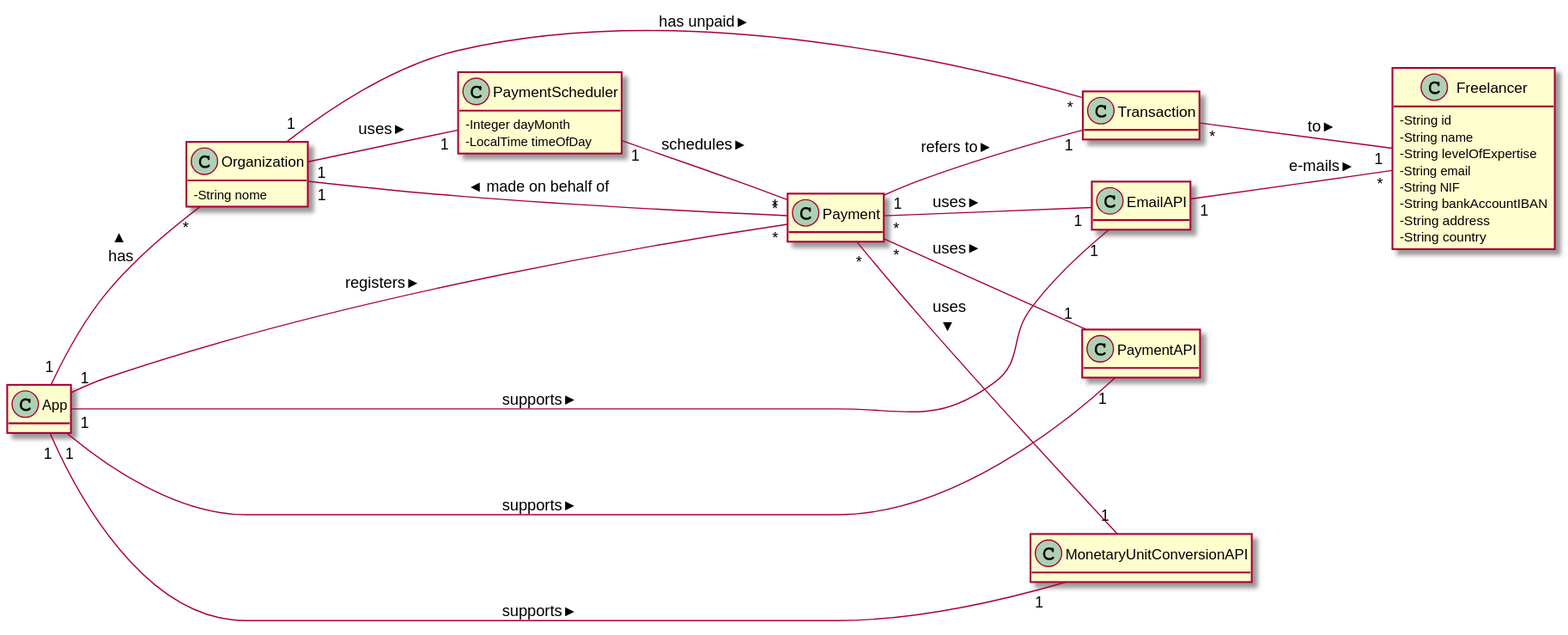
The PlantUML diagram docs/UC_03/MD.svg in botelho-io/lapr2-2020-g029, before a commit. Its diagram source:
```plantuml
@startuml MD

skinparam classAttributeIconSize 0
hide methods
left to right direction

class Transaction {

}

class PaymentScheduler {
        - Integer dayMonth
        - LocalTime timeOfDay
}

class Organization {
        - String nome
}

class App {

}

class Freelancer {
        - String id
        - String name
        - String levelOfExpertise
        - String email
        - String NIF
        - String bankAccountIBAN
        - String address
        - String country
}

Payment                      "1" -- "1"      Transaction               : refers to >
Payment                      "*" -- "1"      EmailAPI                  : uses >
Payment                      "*" -- "1"      PaymentAPI                : uses >
Payment                      "*" -- "1"      MonetaryUnitConversionAPI : uses >
Payment                      "*" -- "1"      Organization              : made on behalf of >
Transaction                  "*" -- "1"      Freelancer                : to >
PaymentScheduler             "1" -- "*"      Payment                   : schedules >
Organization                 "1" -- "1"      PaymentScheduler          : uses >
Organization                 "1" -- "*"      Transaction               : has unpaid >
App                          "1" -- "1"      MonetaryUnitConversionAPI : supports >
App                          "1" -- "*"      Organization              : has >
App                          "1" -- "1"      EmailAPI                  : supports >
App                          "1" -- "1"      PaymentAPI                : supports >
App                          "1" -- "*"      Payment                   : registers >
EmailAPI                     "1" -- "*"      Freelancer                : e-mails >

@enduml
```
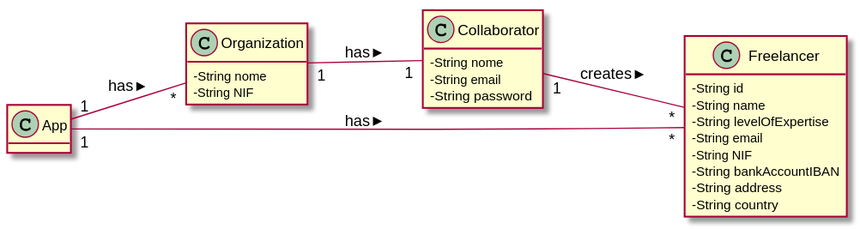
The same file after the commit.

The edit, as a diff of the source:
```diff
@@ -4,21 +4,19 @@
 hide methods
 left to right direction
 
-class Transaction {
+class App {
 
-}
-
-class PaymentScheduler {
-        - Integer dayMonth
-        - LocalTime timeOfDay
 }
 
 class Organization {
         - String nome
+        - String NIF
 }
 
-class App {
-
+class Collaborator {
+        - String nome
+        - String email
+        - String password
 }
 
 class Freelancer {
@@ -32,20 +30,9 @@
         - String country
 }
 
-Payment                      "1" -- "1"      Transaction               : refers to >
-Payment                      "*" -- "1"      EmailAPI                  : uses >
-Payment                      "*" -- "1"      PaymentAPI                : uses >
-Payment                      "*" -- "1"      MonetaryUnitConversionAPI : uses >
-Payment                      "*" -- "1"      Organization              : made on behalf of >
-Transaction                  "*" -- "1"      Freelancer                : to >
-PaymentScheduler             "1" -- "*"      Payment                   : schedules >
-Organization                 "1" -- "1"      PaymentScheduler          : uses >
-Organization                 "1" -- "*"      Transaction               : has unpaid >
-App                          "1" -- "1"      MonetaryUnitConversionAPI : supports >
+Collaborator                 "1" -- "*"      Freelancer                : creates >
+Organization                 "1" -- "1"      Collaborator              : has >
 App                          "1" -- "*"      Organization              : has >
-App                          "1" -- "1"      EmailAPI                  : supports >
-App                          "1" -- "1"      PaymentAPI                : supports >
-App                          "1" -- "*"      Payment                   : registers >
-EmailAPI                     "1" -- "*"      Freelancer                : e-mails >
+App                          "1" -- "*"      Freelancer                : has >
 
 @enduml
```
